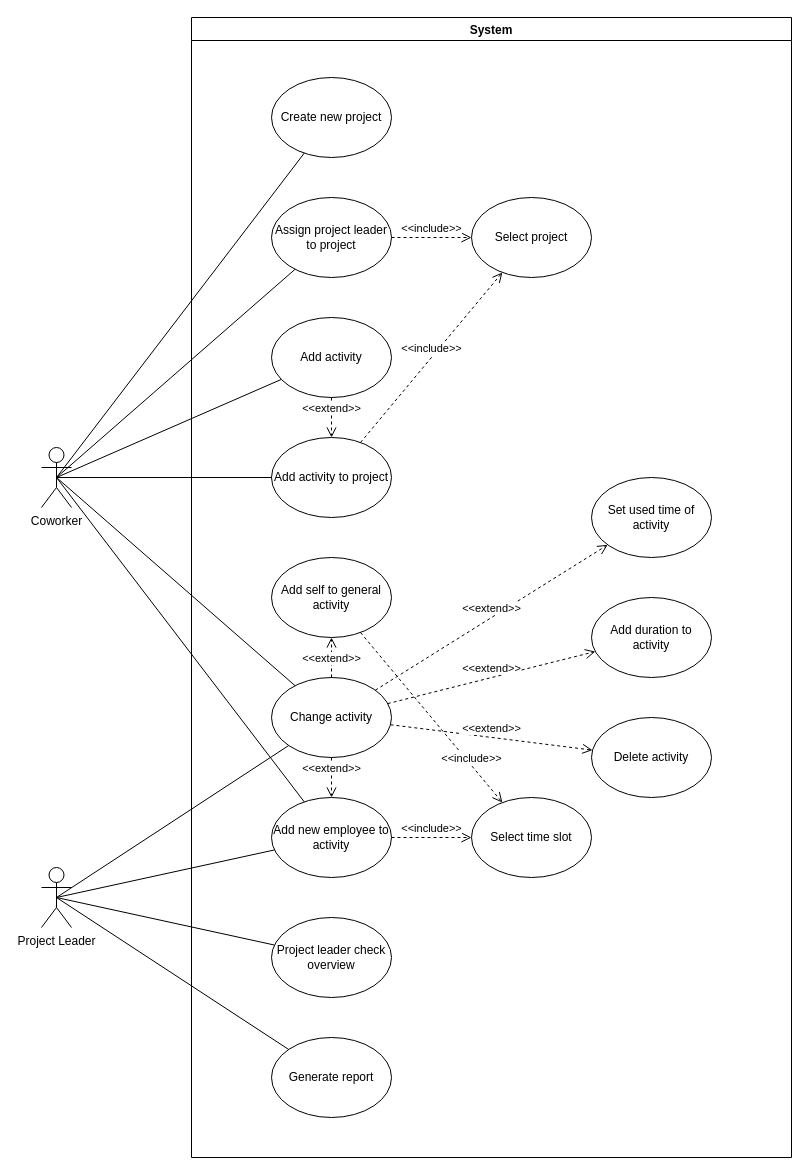
This is Use cases.drawio from Buildasaurus/02161-Projekt, a draw.io file, before an edit. Source tidied: cells renumbered, new cells numbered last; positions are measured from the earlier drawing's top-left corner, leaving out a move shared by most shapes. Both pictures are drawn from the tidied source at 100%, with x=0, y=0 at pixel (41, 17).
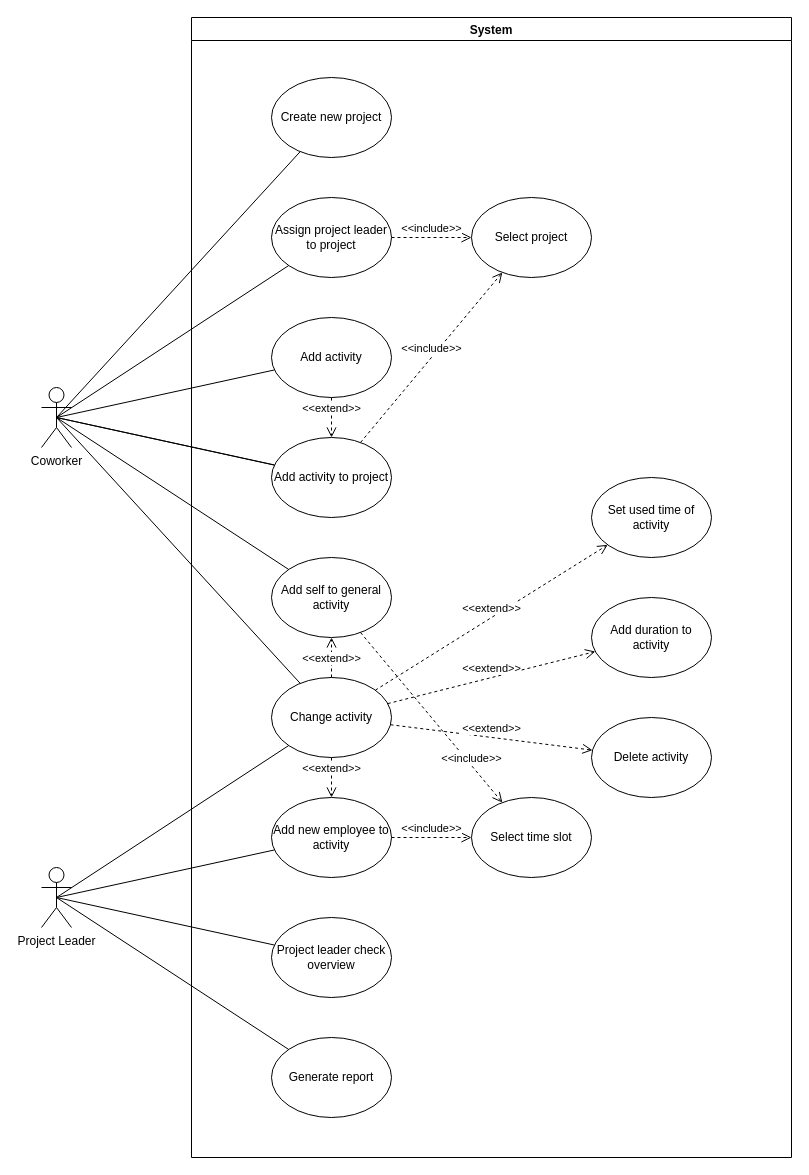
Above is the later version.

Commit message:
use case diagram - forgot some lines

The change refers to these unchanged cells:
```xml
<mxCell id="4" value="Add new employee to activity" style="ellipse;whiteSpace=wrap;html=1;" parent="2" vertex="1">
  <mxGeometry x="80" y="780" width="120" height="80" as="geometry" />
</mxCell>
<mxCell id="24" value="Add self to general activity" style="ellipse;whiteSpace=wrap;html=1;" parent="2" vertex="1">
  <mxGeometry x="80" y="540" width="120" height="80" as="geometry" />
</mxCell>
```

Diff of the diagram source:
```diff
@@
     <mxCell id="27" value="Coworker" style="shape=umlActor;verticalLabelPosition=bottom;verticalAlign=top;html=1;outlineConnect=0;" parent="1" vertex="1">
-      <mxGeometry y="430" width="30" height="60" as="geometry" />
+      <mxGeometry y="370" width="30" height="60" as="geometry" />
     </mxCell>
@@
-    <mxCell id="38" style="endArrow=none;html=1;rounded=0;exitX=0.5;exitY=0.5;exitDx=0;exitDy=0;exitPerimeter=0;" parent="1" edge="1" source="27" target="4">
-      <mxGeometry relative="1" as="geometry" />
-    </mxCell>
@@
+    <mxCell id="40" style="endArrow=none;html=1;rounded=0;exitX=0.5;exitY=0.5;exitDx=0;exitDy=0;exitPerimeter=0;" parent="1" edge="1" source="27" target="24">
+      <mxGeometry relative="1" as="geometry" />
+    </mxCell>
```
